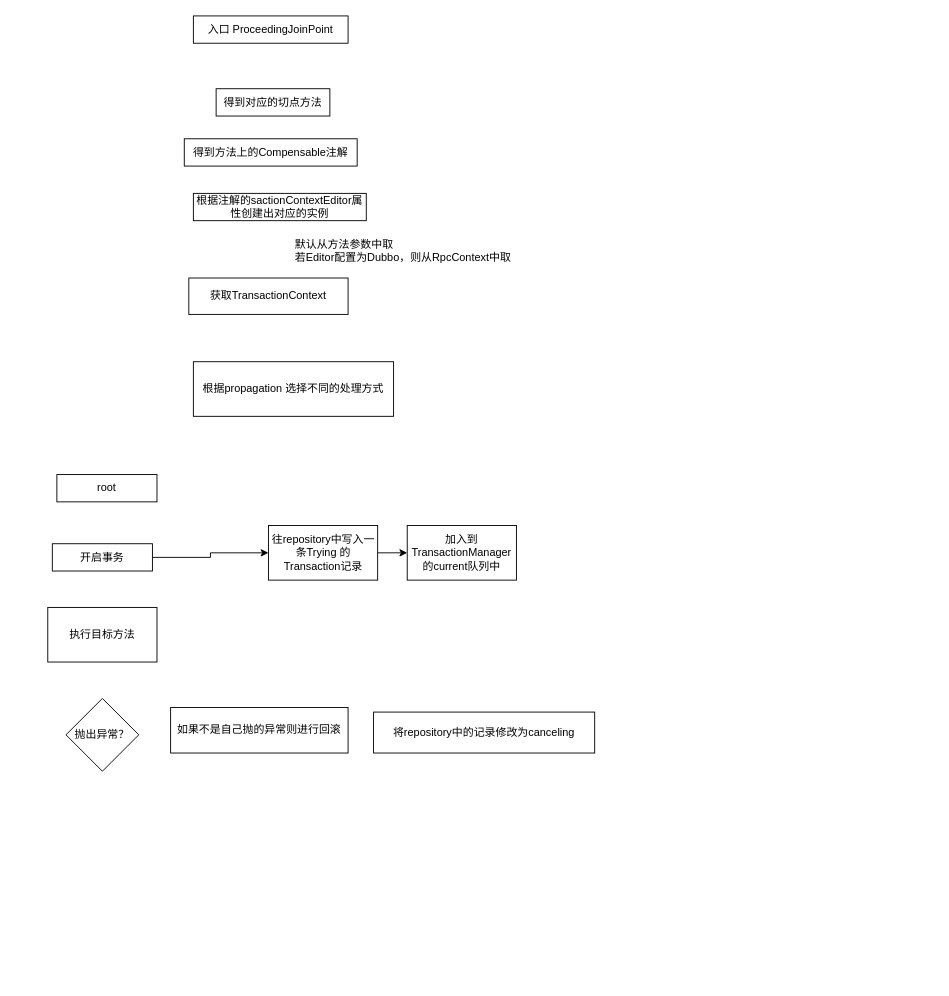
Above: tcc-execute-flow.drawio in onwayboy/- (draw.io), before the change. Source tidied: cells renumbered, new cells numbered last; positions are measured from the earlier drawing's top-left corner, leaving out a move shared by most shapes. Both pictures are drawn from the tidied source at 91%, with x=0, y=0 at pixel (47, 15).
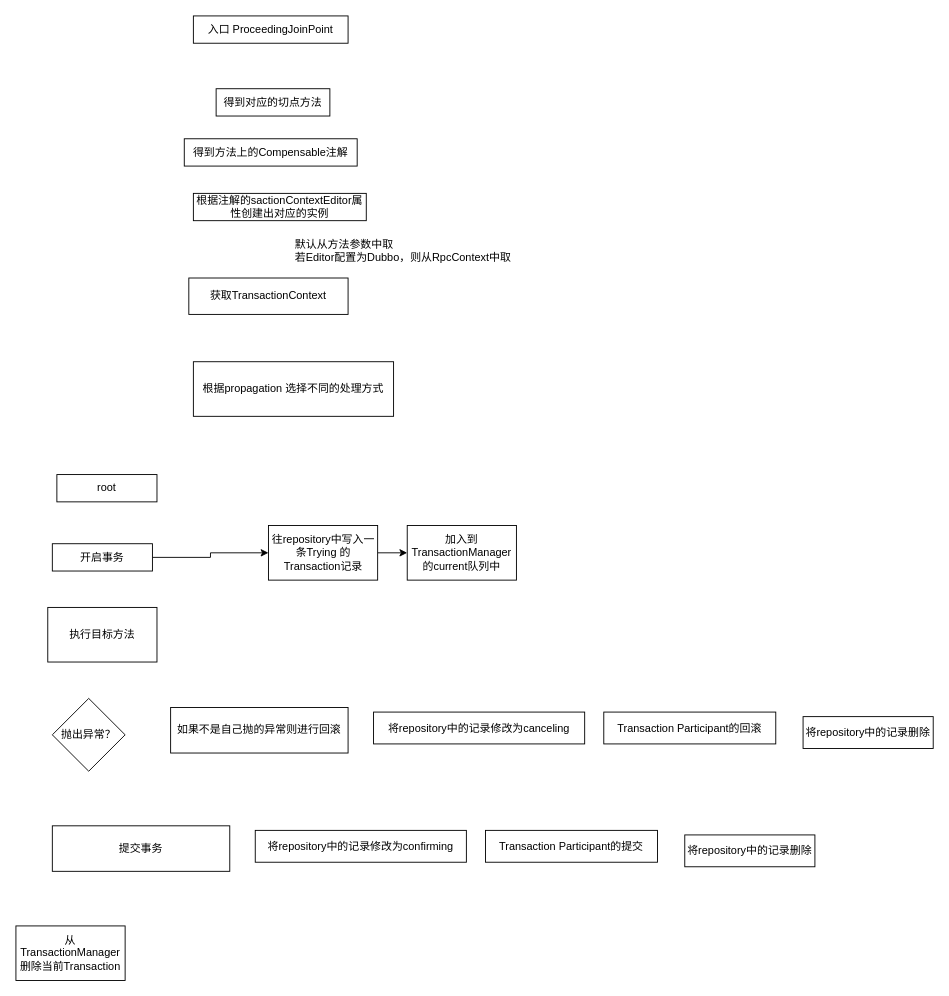
Above is the later version.

Diff of the diagram source:
```diff
@@
     <mxCell id="16" value="抛出异常？" style="rhombus;whiteSpace=wrap;html=1;" parent="1" vertex="1">
-      <mxGeometry x="20" y="750" width="80" height="80" as="geometry" />
+      <mxGeometry x="5" y="750" width="80" height="80" as="geometry" />
     </mxCell>
@@
     <mxCell id="18" value="将repository中的记录修改为canceling" style="rounded=0;whiteSpace=wrap;html=1;" parent="1" vertex="1">
-      <mxGeometry x="358" y="765" width="243" height="45" as="geometry" />
+      <mxGeometry x="358" y="765" width="232" height="35" as="geometry" />
     </mxCell>
+    <mxCell id="19" value="Transaction Participant的回滚" style="rounded=0;whiteSpace=wrap;html=1;" parent="1" vertex="1">
+      <mxGeometry x="611" y="765" width="189" height="35" as="geometry" />
+    </mxCell>
+    <mxCell id="20" value="将repository中的记录删除" style="rounded=0;whiteSpace=wrap;html=1;" parent="1" vertex="1">
+      <mxGeometry x="830" y="770" width="143" height="35" as="geometry" />
+    </mxCell>
+    <mxCell id="21" value="提交事务" style="rounded=0;whiteSpace=wrap;html=1;" parent="1" vertex="1">
+      <mxGeometry x="5" y="890" width="195" height="50" as="geometry" />
+    </mxCell>
+    <mxCell id="22" value="将repository中的记录修改为confirming" style="rounded=0;whiteSpace=wrap;html=1;" parent="1" vertex="1">
+      <mxGeometry x="228" y="895" width="232" height="35" as="geometry" />
+    </mxCell>
+    <mxCell id="23" value="Transaction Participant的提交" style="rounded=0;whiteSpace=wrap;html=1;" parent="1" vertex="1">
+      <mxGeometry x="481" y="895" width="189" height="35" as="geometry" />
+    </mxCell>
+    <mxCell id="24" value="将repository中的记录删除" style="rounded=0;whiteSpace=wrap;html=1;" parent="1" vertex="1">
+      <mxGeometry x="700" y="900" width="143" height="35" as="geometry" />
+    </mxCell>
+    <mxCell id="25" value="从TransactionManager删除当前Transaction" style="rounded=0;whiteSpace=wrap;html=1;" parent="1" vertex="1">
+      <mxGeometry x="-35" y="1000" width="120" height="60" as="geometry" />
+    </mxCell>
```
